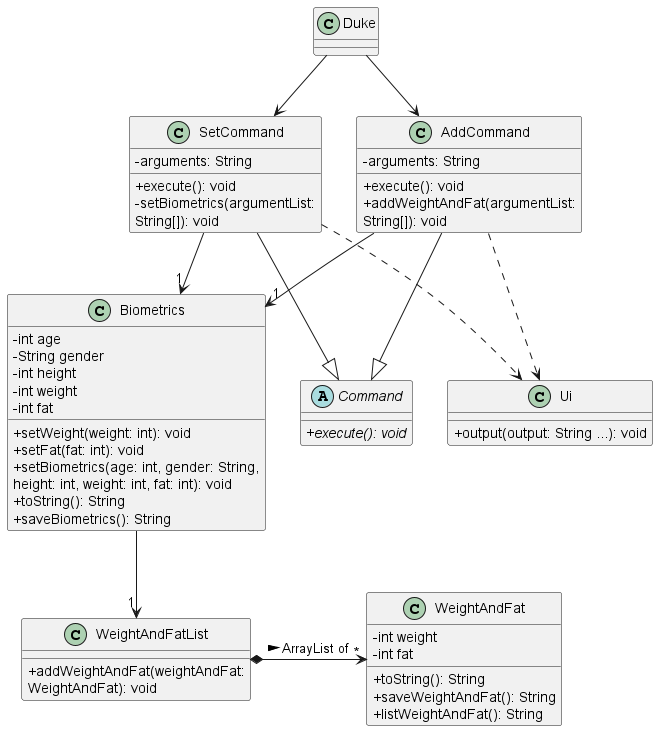
This is docs/UmlDiagrams/Biometrics.png from nus-cs2113-AY2223S1/tp, a PlantUML export, as it was before one commit.
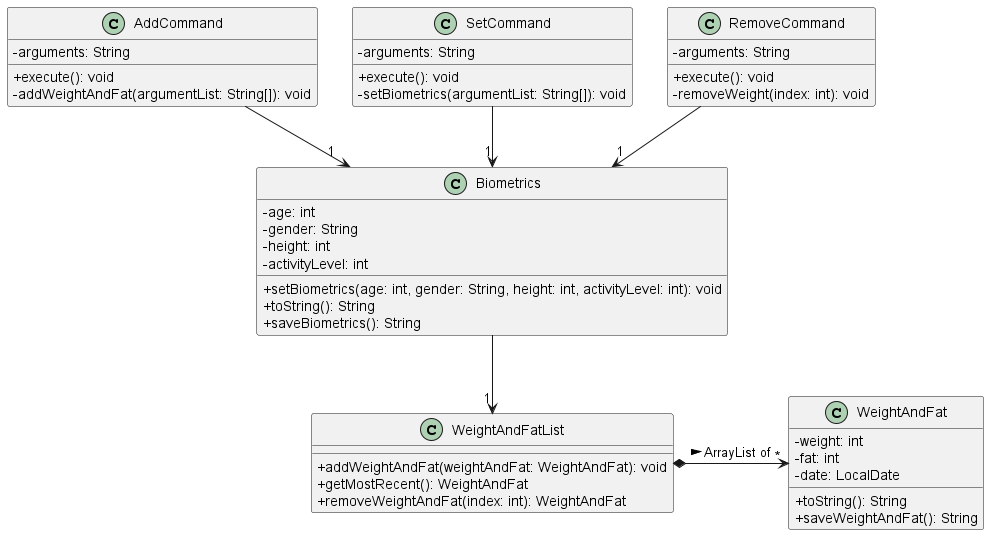
After the change.

What changed in the source:
```diff
@@ -2,57 +2,47 @@
 skinparam classAttributeIconSize 0
 
 
-class Ui {
-+output(output: String ...): void
-}
-abstract class Command {
-{abstract} +execute(): void
-}
 class AddCommand {
 -arguments: String
 +execute(): void
-+addWeightAndFat(argumentList:
-String[]): void
+-addWeightAndFat(argumentList: String[]): void
 }
 class SetCommand {
 -arguments: String
 +execute(): void
--setBiometrics(argumentList:
-String[]): void
+-setBiometrics(argumentList: String[]): void
+}
+class RemoveCommand {
+-arguments: String
++execute(): void
+-removeWeight(index: int): void
 }
 class Biometrics {
--int age
--String gender
--int height
--int weight
--int fat
-+setWeight(weight: int): void
-+setFat(fat: int): void
-+setBiometrics(age: int, gender: String,
-height: int, weight: int, fat: int): void
+-age: int
+-gender: String
+-height: int
+-activityLevel: int
++setBiometrics(age: int, gender: String, height: int, activityLevel: int): void
 +toString(): String
 +saveBiometrics(): String
 }
 class WeightAndFat {
--int weight
--int fat
+-weight: int
+-fat: int
+-date: LocalDate
 +toString(): String
 +saveWeightAndFat(): String
-+listWeightAndFat(): String
 }
 class WeightAndFatList {
-+addWeightAndFat(weightAndFat:
-WeightAndFat): void
++addWeightAndFat(weightAndFat: WeightAndFat): void
++getMostRecent(): WeightAndFat
++removeWeightAndFat(index: int): WeightAndFat
 }
 
-AddCommand --|> Command
-SetCommand --|> Command
-Duke --> AddCommand
-Duke --> SetCommand
-SetCommand ..> Ui
-AddCommand ..> Ui
+
 AddCommand --> "1"Biometrics
 SetCommand --> "1"Biometrics
+RemoveCommand --> "1"Biometrics
 Biometrics --> "1"WeightAndFatList
 WeightAndFatList *-> "*"WeightAndFat : ArrayList of >
 
```
